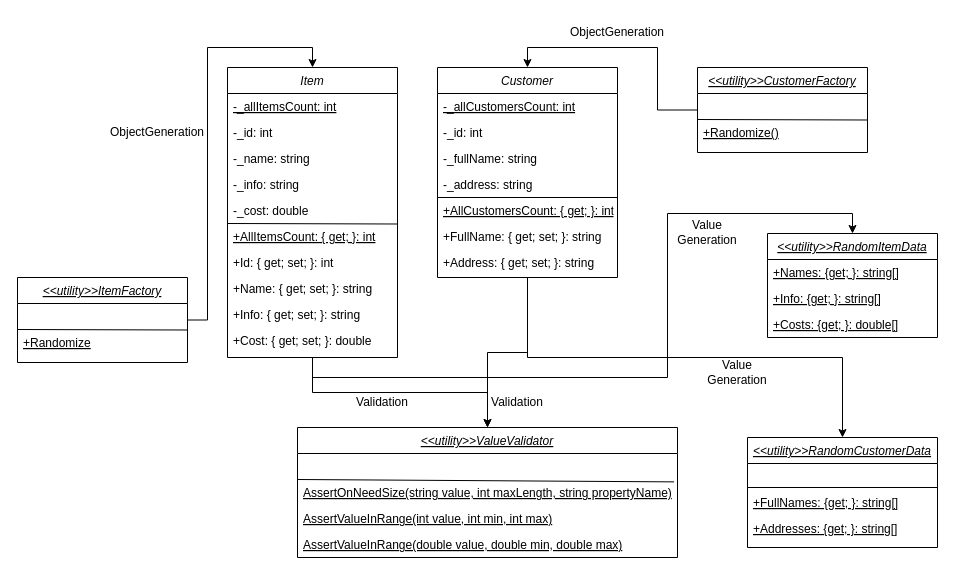
microsanya/Programming keeps this draw.io diagram as OOPNextTerm/doc/UML-diagramm.drawio. Above is the earlier version. Source tidied: cells renumbered, new cells numbered last; positions are measured from the earlier drawing's top-left corner, leaving out a move shared by most shapes. Both pictures are drawn from the tidied source at 100%, with x=0, y=0 at pixel (17, 17).
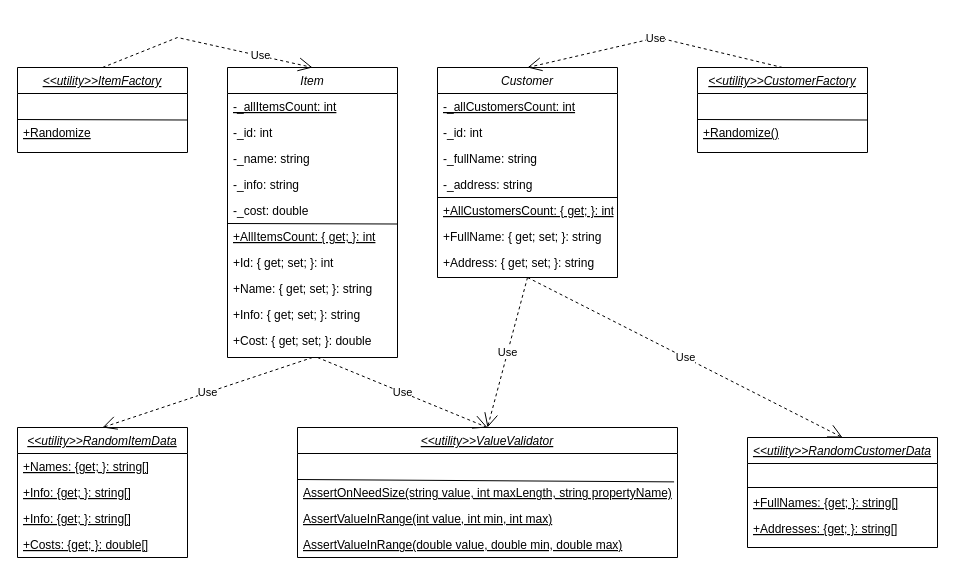
The same diagram, later.

Unchanged cells that the change refers to:
```xml
<mxCell id="4" value="Item" style="swimlane;fontStyle=2;align=center;verticalAlign=top;horizontal=1;startSize=26;rounded=0;shadow=0;strokeWidth=1;" parent="1" vertex="1">
  <mxGeometry x="210" y="50" width="170" height="290" as="geometry" />
</mxCell>
<mxCell id="16" value="&lt;&lt;utility&gt;&gt;ValueValidator" style="swimlane;fontStyle=6;align=center;verticalAlign=top;horizontal=1;startSize=26;rounded=0;shadow=0;strokeWidth=1;" parent="1" vertex="1">
  <mxGeometry x="280" y="410" width="380" height="130" as="geometry" />
</mxCell>
<mxCell id="26" value="&lt;&lt;utility&gt;&gt;RandomCustomerData" style="swimlane;fontStyle=6;align=center;verticalAlign=top;horizontal=1;startSize=26;rounded=0;shadow=0;strokeWidth=1;" parent="1" vertex="1">
  <mxGeometry x="730" y="420" width="190" height="110" as="geometry" />
</mxCell>
<mxCell id="37" value="&lt;&lt;utility&gt;&gt;CustomerFactory" style="swimlane;fontStyle=6;align=center;verticalAlign=top;horizontal=1;startSize=26;rounded=0;shadow=0;strokeWidth=1;" parent="1" vertex="1">
  <mxGeometry x="680" y="50" width="170" height="85" as="geometry" />
</mxCell>
<mxCell id="43" value="Customer" style="swimlane;fontStyle=2;align=center;verticalAlign=top;horizontal=1;startSize=26;rounded=0;shadow=0;strokeWidth=1;" parent="1" vertex="1">
  <mxGeometry x="420" y="50" width="180" height="210" as="geometry" />
</mxCell>
```

What changed in the source:
```diff
@@
-    <mxCell id="2" style="edgeStyle=orthogonalEdgeStyle;rounded=0;jettySize=auto;html=1;exitX=0.5;exitY=1;exitDx=0;exitDy=0;entryX=0.5;entryY=0;entryDx=0;entryDy=0;" parent="1" edge="1" source="4" target="16">
-      <mxGeometry relative="1" as="geometry" />
-    </mxCell>
-    <mxCell id="3" style="edgeStyle=orthogonalEdgeStyle;rounded=0;jettySize=auto;html=1;exitX=0.5;exitY=1;exitDx=0;exitDy=0;entryX=0.5;entryY=0;entryDx=0;entryDy=0;" parent="1" edge="1" source="4" target="22">
-      <mxGeometry relative="1" as="geometry">
-        <Array as="points">
-          <mxPoint x="295" y="360" />
-          <mxPoint x="650" y="360" />
-          <mxPoint x="650" y="196" />
-          <mxPoint x="835" y="196" />
-        </Array>
-      </mxGeometry>
-    </mxCell>
@@
     <mxCell id="22" value="&lt;&lt;utility&gt;&gt;RandomItemData" style="swimlane;fontStyle=6;align=center;verticalAlign=top;horizontal=1;startSize=26;rounded=0;shadow=0;strokeWidth=1;" parent="1" vertex="1">
-      <mxGeometry x="750" y="216" width="170" height="104" as="geometry" />
+      <mxGeometry y="410" width="170" height="130" as="geometry" />
     </mxCell>
@@
+    <mxCell id="58" value="+Info: {get; }: string[]" style="text;align=left;verticalAlign=top;spacingLeft=4;spacingRight=4;overflow=hidden;fontStyle=4;" parent="22" vertex="1">
+      <mxGeometry y="52" width="170" height="26" as="geometry" />
+    </mxCell>
     <mxCell id="24" value="+Info: {get; }: string[]" style="text;align=left;verticalAlign=top;spacingLeft=4;spacingRight=4;overflow=hidden;fontStyle=4;" parent="22" vertex="1">
-      <mxGeometry y="52" width="170" height="26" as="geometry" />
+      <mxGeometry y="78" width="170" height="26" as="geometry" />
     </mxCell>
     <mxCell id="25" value="+Costs: {get; }: double[]" style="text;align=left;verticalAlign=top;spacingLeft=4;spacingRight=4;overflow=hidden;fontStyle=4;" parent="22" vertex="1">
-      <mxGeometry y="78" width="170" height="26" as="geometry" />
+      <mxGeometry y="104" width="170" height="26" as="geometry" />
     </mxCell>
@@
-    <mxCell id="31" style="edgeStyle=orthogonalEdgeStyle;rounded=0;jettySize=auto;html=1;entryX=0.5;entryY=0;entryDx=0;entryDy=0;" parent="1" edge="1" source="32" target="4">
-      <mxGeometry relative="1" as="geometry" />
-    </mxCell>
     <mxCell id="32" value="&lt;&lt;utility&gt;&gt;ItemFactory" style="swimlane;fontStyle=6;align=center;verticalAlign=top;horizontal=1;startSize=26;rounded=0;shadow=0;strokeWidth=1;" parent="1" vertex="1">
-      <mxGeometry y="260" width="170" height="85" as="geometry" />
+      <mxGeometry y="50" width="170" height="85" as="geometry" />
     </mxCell>
@@
-    <mxCell id="36" style="edgeStyle=orthogonalEdgeStyle;rounded=0;jettySize=auto;html=1;entryX=0.5;entryY=0;entryDx=0;entryDy=0;" parent="1" edge="1" source="37" target="43">
-      <mxGeometry relative="1" as="geometry" />
-    </mxCell>
@@
-    <mxCell id="41" style="edgeStyle=orthogonalEdgeStyle;rounded=0;jettySize=auto;html=1;exitX=0.5;exitY=1;exitDx=0;exitDy=0;entryX=0.5;entryY=0;entryDx=0;entryDy=0;" parent="1" edge="1" source="43" target="16">
-      <mxGeometry relative="1" as="geometry" />
-    </mxCell>
-    <mxCell id="42" style="edgeStyle=orthogonalEdgeStyle;rounded=0;jettySize=auto;html=1;exitX=0.5;exitY=1;exitDx=0;exitDy=0;entryX=0.5;entryY=0;entryDx=0;entryDy=0;" parent="1" edge="1" source="43" target="26">
-      <mxGeometry relative="1" as="geometry" />
-    </mxCell>
@@
-    <mxCell id="52" value="Validation" style="text;html=1;align=center;verticalAlign=middle;whiteSpace=wrap;rounded=0;" parent="1" vertex="1">
-      <mxGeometry x="335" y="370" width="60" height="30" as="geometry" />
-    </mxCell>
-    <mxCell id="53" value="Validation" style="text;html=1;align=center;verticalAlign=middle;whiteSpace=wrap;rounded=0;" parent="1" vertex="1">
-      <mxGeometry x="470" y="370" width="60" height="30" as="geometry" />
-    </mxCell>
-    <mxCell id="54" value="Value Generation" style="text;html=1;align=center;verticalAlign=middle;whiteSpace=wrap;rounded=0;" parent="1" vertex="1">
-      <mxGeometry x="660" y="200" width="60" height="30" as="geometry" />
-    </mxCell>
-    <mxCell id="55" value="Value Generation" style="text;html=1;align=center;verticalAlign=middle;whiteSpace=wrap;rounded=0;" parent="1" vertex="1">
-      <mxGeometry x="690" y="340" width="60" height="30" as="geometry" />
-    </mxCell>
-    <mxCell id="56" value="ObjectGeneration" style="text;html=1;align=center;verticalAlign=middle;whiteSpace=wrap;rounded=0;" parent="1" vertex="1">
-      <mxGeometry x="570" width="60" height="30" as="geometry" />
-    </mxCell>
-    <mxCell id="57" value="ObjectGeneration" style="text;html=1;align=center;verticalAlign=middle;whiteSpace=wrap;rounded=0;" parent="1" vertex="1">
-      <mxGeometry x="110" y="100" width="60" height="30" as="geometry" />
-    </mxCell>
+    <mxCell id="31" value="Use" style="endArrow=open;endSize=12;dashed=1;html=1;rounded=0;entryX=0.5;entryY=0;entryDx=0;entryDy=0;exitX=0.5;exitY=0;exitDx=0;exitDy=0;" parent="1" edge="1" source="32" target="4">
+      <mxGeometry x="0.52" relative="1" as="geometry">
+        <Array as="points">
+          <mxPoint x="85" y="50" />
+          <mxPoint x="160" y="20" />
+        </Array>
+      </mxGeometry>
+    </mxCell>
+    <mxCell id="36" value="Use" style="endArrow=open;endSize=12;dashed=1;html=1;rounded=0;entryX=0.5;entryY=0;entryDx=0;entryDy=0;exitX=0.5;exitY=0;exitDx=0;exitDy=0;" parent="1" edge="1" source="37" target="43">
+      <mxGeometry relative="1" as="geometry">
+        <Array as="points">
+          <mxPoint x="640" y="20" />
+        </Array>
+      </mxGeometry>
+    </mxCell>
+    <mxCell id="59" value="Use" style="endArrow=open;endSize=12;dashed=1;html=1;rounded=0;entryX=0.5;entryY=0;entryDx=0;entryDy=0;" parent="1" edge="1" target="16">
+      <mxGeometry relative="1" as="geometry">
+        <mxPoint x="300" y="340" as="sourcePoint" />
+      </mxGeometry>
+    </mxCell>
+    <mxCell id="41" value="Use" style="endArrow=open;endSize=12;dashed=1;html=1;rounded=0;exitX=0.5;exitY=1;exitDx=0;exitDy=0;entryX=0.5;entryY=0;entryDx=0;entryDy=0;" parent="1" edge="1" source="43" target="16">
+      <mxGeometry relative="1" as="geometry" />
+    </mxCell>
+    <mxCell id="60" value="Use" style="endArrow=open;endSize=12;dashed=1;html=1;rounded=0;entryX=0.5;entryY=0;entryDx=0;entryDy=0;" parent="1" edge="1" target="26">
+      <mxGeometry relative="1" as="geometry">
+        <mxPoint x="510" y="260" as="sourcePoint" />
+      </mxGeometry>
+    </mxCell>
+    <mxCell id="3" value="Use" style="endArrow=open;endSize=12;dashed=1;html=1;rounded=0;entryX=0.5;entryY=0;entryDx=0;entryDy=0;exitX=0.5;exitY=1;exitDx=0;exitDy=0;" parent="1" edge="1" source="4" target="22">
+      <mxGeometry relative="1" as="geometry" />
+    </mxCell>
```
